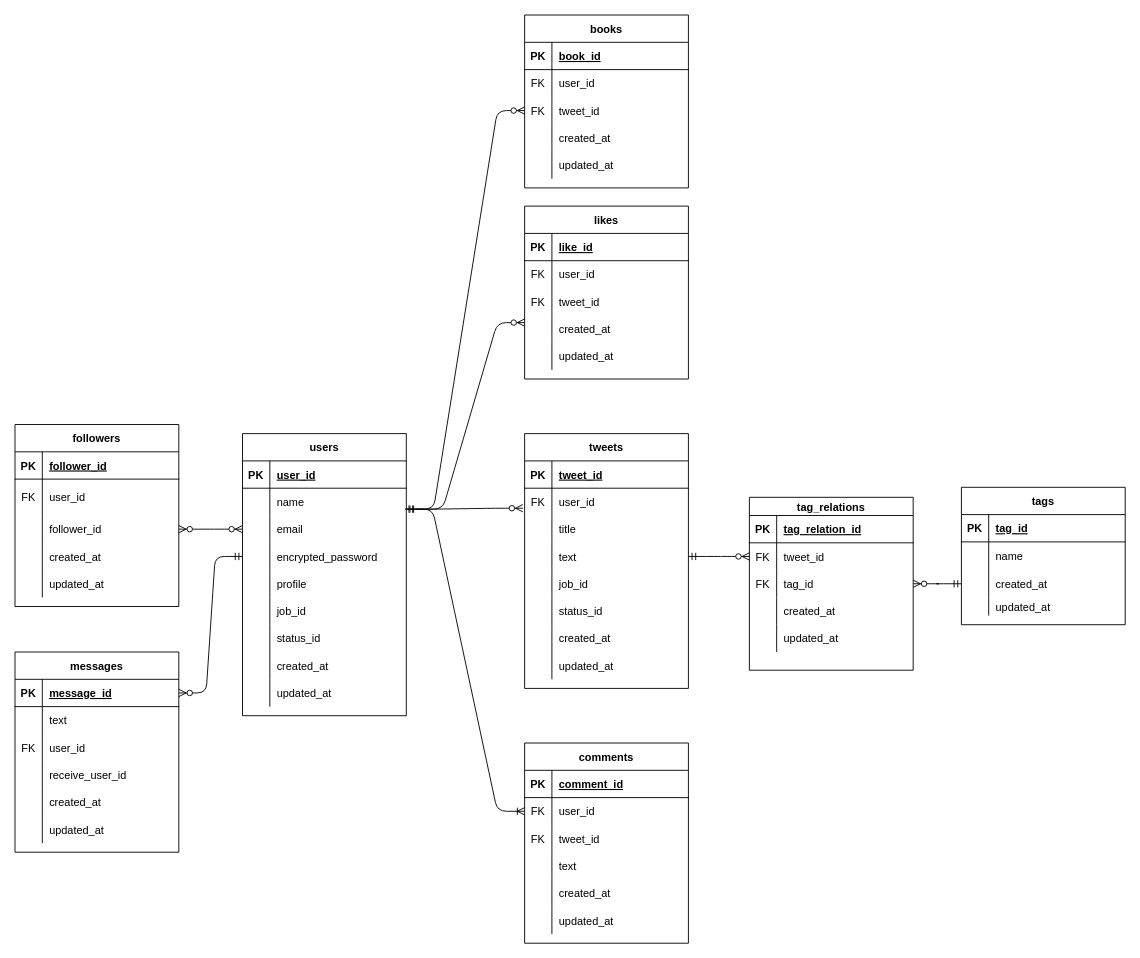
This is motivate.dio from kanou7/motivate, a draw.io file, before an edit. Source tidied: cells renumbered, new cells numbered last; positions are measured from the earlier drawing's top-left corner, leaving out a move shared by most shapes. Both pictures are drawn from the tidied source at 91%, with x=0, y=0 at pixel (15, 15).
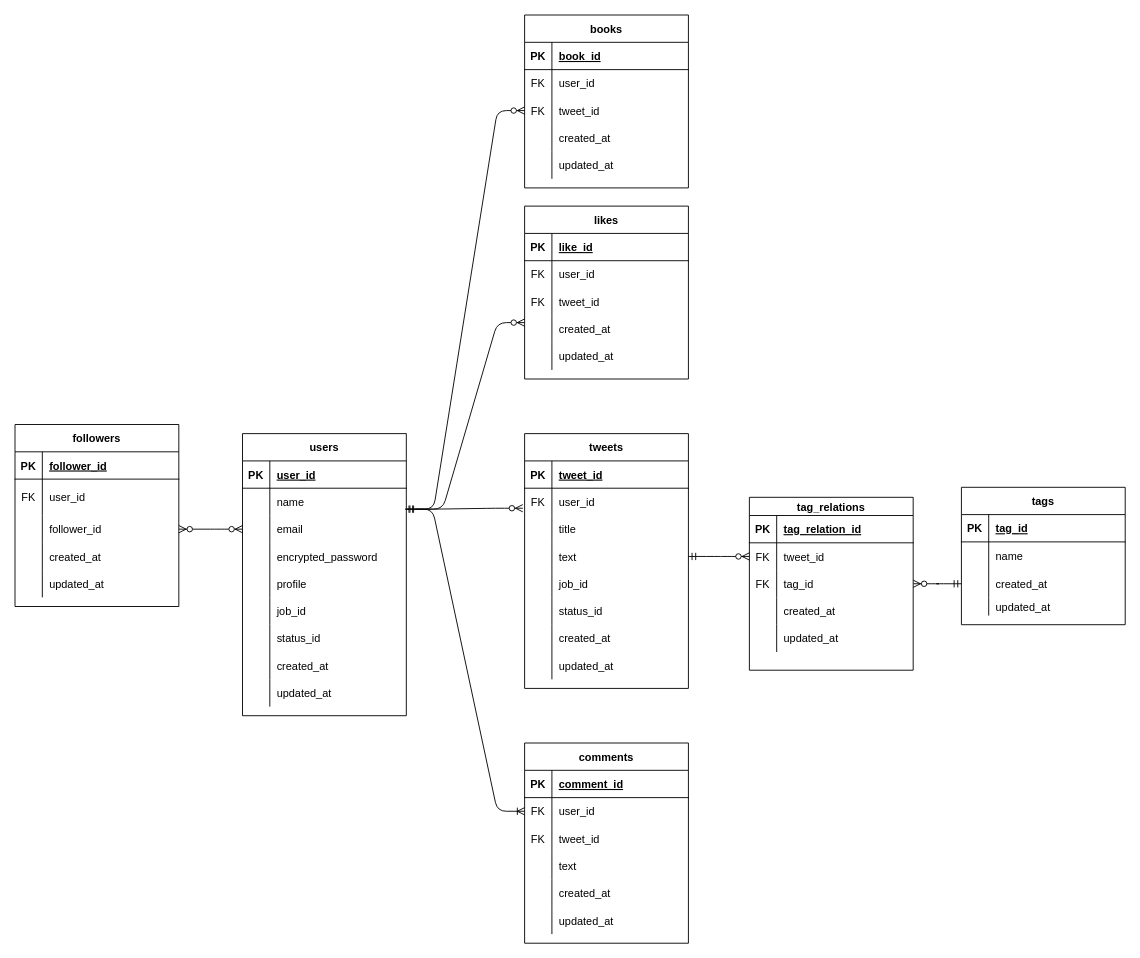
The same page after the edit.

Unchanged cells that the change refers to:
```xml
<mxCell id="12" style="shape=partialRectangle;fillColor=none;top=0;left=0;bottom=0;right=0;points=[[0,0.5],[1,0.5]];portConstraint=eastwest;" parent="2" vertex="1">
  <mxGeometry y="120" width="180" height="30" as="geometry" />
</mxCell>
```

The edit, as a diff of the source:
```diff
@@
-    <mxCell id="158" value="messages" style="shape=table;startSize=30;childLayout=tableLayout;rowLines=0;fontStyle=1;align=center;" parent="1" vertex="1">
-      <mxGeometry y="700" width="180" height="220" as="geometry" />
-    </mxCell>
-    <mxCell id="159" style="shape=partialRectangle;fillColor=none;top=0;left=0;bottom=1;right=0;points=[[0,0.5],[1,0.5]];portConstraint=eastwest;" parent="158" vertex="1">
-      <mxGeometry y="30" width="180" height="30" as="geometry" />
-    </mxCell>
-    <mxCell id="160" value="PK" style="shape=partialRectangle;fillColor=none;top=0;left=0;bottom=0;right=0;fontStyle=1;overflow=hidden;" parent="159" vertex="1">
-      <mxGeometry width="30" height="30" as="geometry" />
-    </mxCell>
-    <mxCell id="161" value="message_id" style="shape=partialRectangle;fillColor=none;top=0;left=0;bottom=0;right=0;align=left;spacingLeft=6;fontStyle=5;overflow=hidden;" parent="159" vertex="1">
-      <mxGeometry x="30" width="150" height="30" as="geometry" />
-    </mxCell>
-    <mxCell id="162" style="shape=partialRectangle;fillColor=none;top=0;left=0;bottom=0;right=0;" parent="158" vertex="1">
-      <mxGeometry y="60" width="180" height="30" as="geometry" />
-    </mxCell>
-    <mxCell id="163" style="shape=partialRectangle;fillColor=none;top=0;left=0;bottom=0;right=0;overflow=hidden;" parent="162" vertex="1">
-      <mxGeometry width="30" height="30" as="geometry" />
-    </mxCell>
-    <mxCell id="164" value="text" style="shape=partialRectangle;fillColor=none;top=0;left=0;bottom=0;right=0;align=left;spacingLeft=6;overflow=hidden;" parent="162" vertex="1">
-      <mxGeometry x="30" width="150" height="30" as="geometry" />
-    </mxCell>
-    <mxCell id="165" style="shape=partialRectangle;fillColor=none;top=0;left=0;bottom=0;right=0;" parent="158" vertex="1">
-      <mxGeometry y="90" width="180" height="30" as="geometry" />
-    </mxCell>
-    <mxCell id="166" value="FK" style="shape=partialRectangle;fillColor=none;top=0;left=0;bottom=0;right=0;overflow=hidden;" parent="165" vertex="1">
-      <mxGeometry width="30" height="30" as="geometry" />
-    </mxCell>
-    <mxCell id="167" value="user_id" style="shape=partialRectangle;fillColor=none;top=0;left=0;bottom=0;right=0;align=left;spacingLeft=6;overflow=hidden;" parent="165" vertex="1">
-      <mxGeometry x="30" width="150" height="30" as="geometry" />
-    </mxCell>
-    <mxCell id="168" style="shape=partialRectangle;fillColor=none;top=0;left=0;bottom=0;right=0;" parent="158" vertex="1">
-      <mxGeometry y="120" width="180" height="30" as="geometry" />
-    </mxCell>
-    <mxCell id="169" style="shape=partialRectangle;fillColor=none;top=0;left=0;bottom=0;right=0;overflow=hidden;" parent="168" vertex="1">
-      <mxGeometry width="30" height="30" as="geometry" />
-    </mxCell>
-    <mxCell id="170" value="receive_user_id" style="shape=partialRectangle;fillColor=none;top=0;left=0;bottom=0;right=0;align=left;spacingLeft=6;overflow=hidden;" parent="168" vertex="1">
-      <mxGeometry x="30" width="150" height="30" as="geometry" />
-    </mxCell>
-    <mxCell id="171" style="shape=partialRectangle;fillColor=none;top=0;left=0;bottom=0;right=0;" parent="158" vertex="1">
-      <mxGeometry y="150" width="180" height="30" as="geometry" />
-    </mxCell>
-    <mxCell id="172" style="shape=partialRectangle;fillColor=none;top=0;left=0;bottom=0;right=0;overflow=hidden;" parent="171" vertex="1">
-      <mxGeometry width="30" height="30" as="geometry" />
-    </mxCell>
-    <mxCell id="173" value="created_at" style="shape=partialRectangle;fillColor=none;top=0;left=0;bottom=0;right=0;align=left;spacingLeft=6;overflow=hidden;" parent="171" vertex="1">
-      <mxGeometry x="30" width="150" height="30" as="geometry" />
-    </mxCell>
-    <mxCell id="174" style="shape=partialRectangle;fillColor=none;top=0;left=0;bottom=0;right=0;" parent="158" vertex="1">
-      <mxGeometry y="180" width="180" height="30" as="geometry" />
-    </mxCell>
-    <mxCell id="175" style="shape=partialRectangle;fillColor=none;top=0;left=0;bottom=0;right=0;overflow=hidden;" parent="174" vertex="1">
-      <mxGeometry width="30" height="30" as="geometry" />
-    </mxCell>
-    <mxCell id="176" value="updated_at" style="shape=partialRectangle;fillColor=none;top=0;left=0;bottom=0;right=0;align=left;spacingLeft=6;overflow=hidden;" parent="174" vertex="1">
-      <mxGeometry x="30" width="150" height="30" as="geometry" />
-    </mxCell>
-    <mxCell id="177" style="edgeStyle=entityRelationEdgeStyle;fontSize=12;html=1;endArrow=ERzeroToMany;startArrow=ERmandOne;exitX=0;exitY=0.5;exitDx=0;exitDy=0;entryX=1;entryY=0.5;entryDx=0;entryDy=0;" parent="1" edge="1" source="12" target="159">
-      <mxGeometry relative="1" as="geometry" />
-    </mxCell>
```
